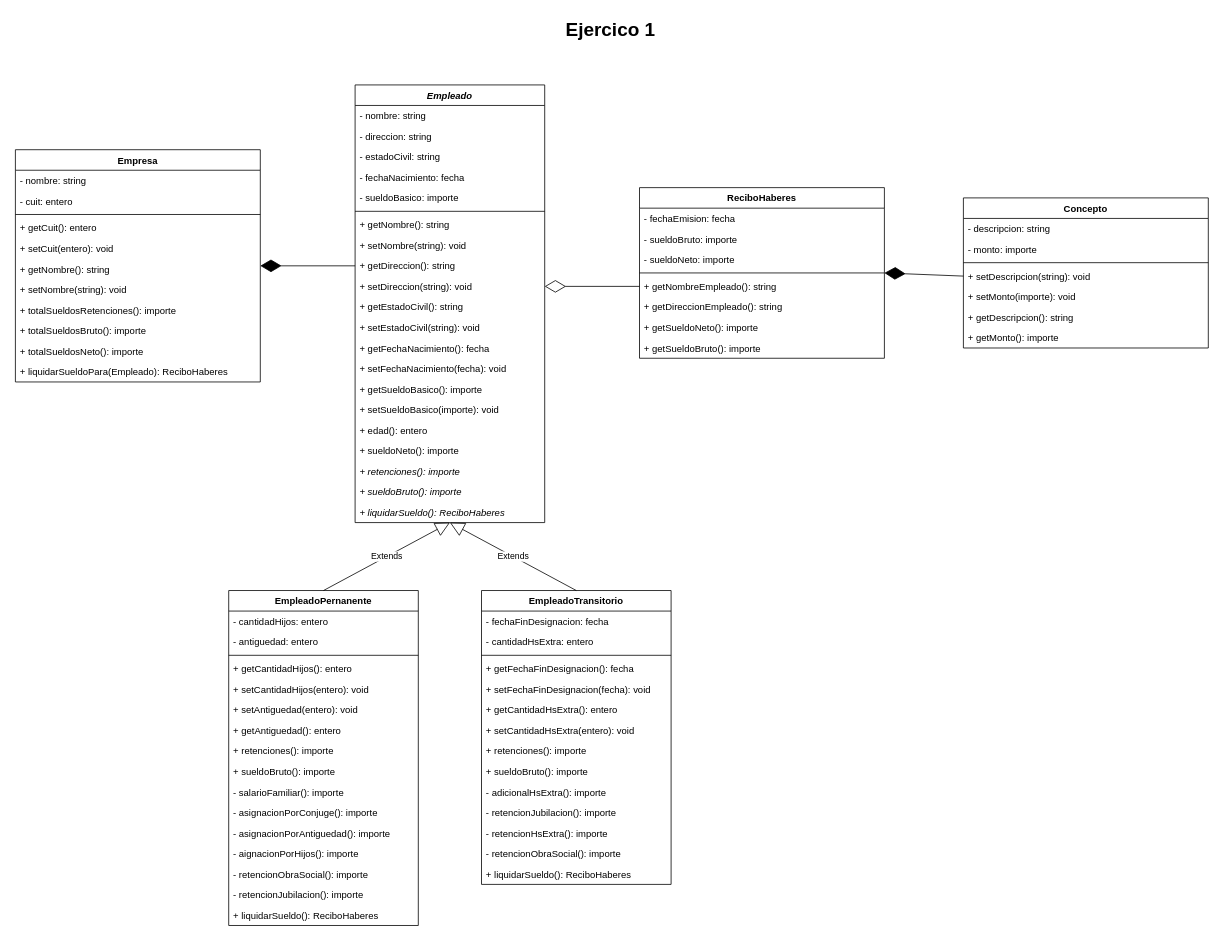
gmauge/MateriasUNQ keeps this draw.io diagram as ProgObjetos2/TP 02 UML.drawio. Above is the earlier version. Source tidied: cells renumbered, new cells numbered last; positions are measured from the earlier drawing's top-left corner, leaving out a move shared by most shapes. Both pictures are drawn from the tidied source at 79%, with x=0, y=0 at pixel (13, 13).
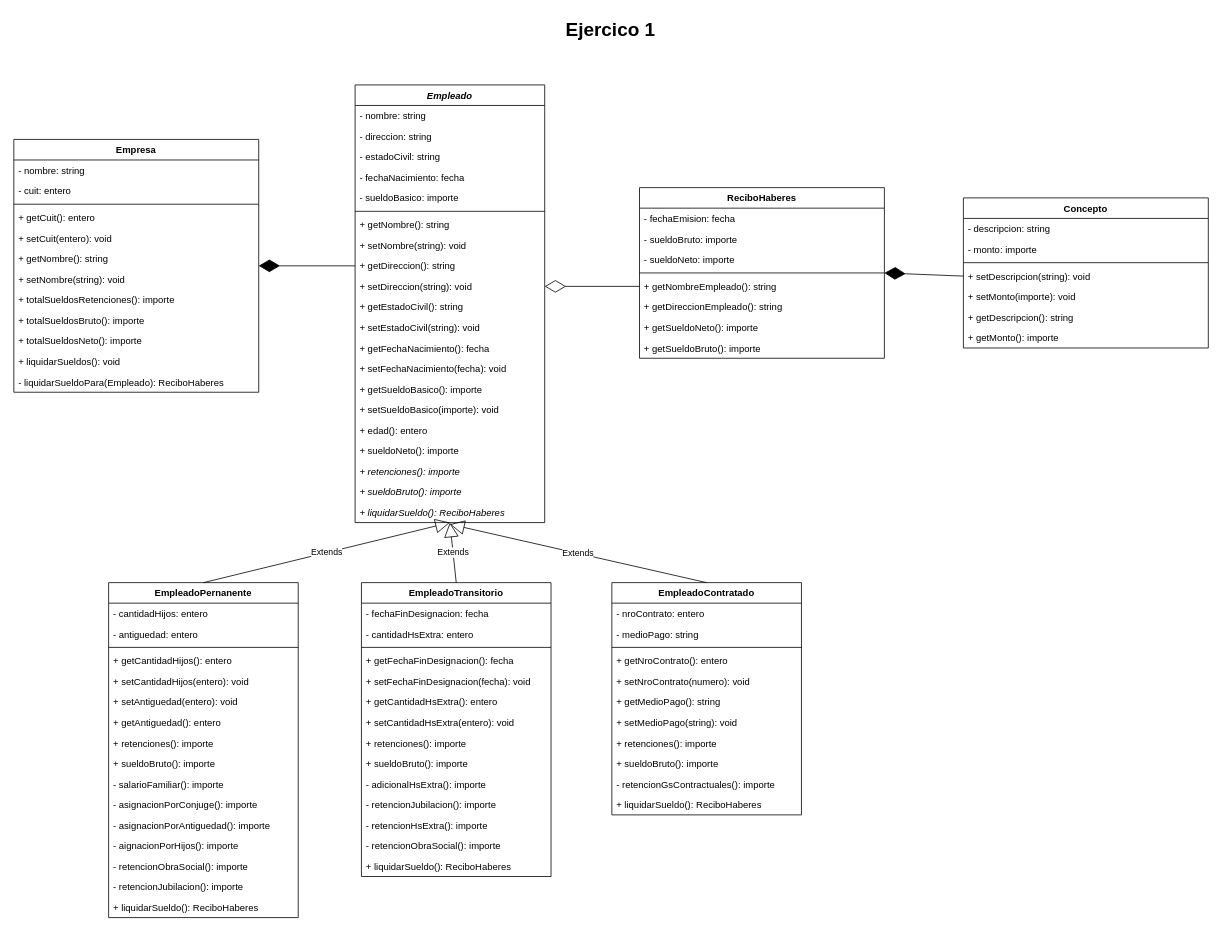
Above is the later version.

The change refers to these unchanged cells:
```xml
<mxCell id="51" value="+ liquidarSueldo(): ReciboHaberes" style="text;strokeColor=none;fillColor=none;align=left;verticalAlign=top;spacingLeft=4;spacingRight=4;overflow=hidden;points=[[0,0.5],[1,0.5]];portConstraint=eastwest;fontStyle=2;" parent="30" vertex="1">
  <mxGeometry y="528" width="240" height="26" as="geometry" />
</mxCell>
```

What changed in the source:
```diff
@@
     <mxCell id="3" value="Empresa" style="swimlane;fontStyle=1;align=center;verticalAlign=top;horizontal=1;startSize=26;" parent="1" vertex="1">
-      <mxGeometry x="2" y="172" width="310" height="294" as="geometry" />
+      <mxGeometry y="159" width="310" height="320" as="geometry" />
     </mxCell>
@@
+    <mxCell id="91" value="+ liquidarSueldos(): void" style="text;strokeColor=none;fillColor=none;align=left;verticalAlign=top;spacingLeft=4;spacingRight=4;overflow=hidden;" parent="3" vertex="1">
+      <mxGeometry y="268" width="310" height="26" as="geometry" />
+    </mxCell>
-    <mxCell id="14" value="+ liquidarSueldoPara(Empleado): ReciboHaberes" style="text;strokeColor=none;fillColor=none;align=left;verticalAlign=top;spacingLeft=4;spacingRight=4;overflow=hidden;" parent="3" vertex="1">
-      <mxGeometry y="268" width="310" height="26" as="geometry" />
+    <mxCell id="14" value="- liquidarSueldoPara(Empleado): ReciboHaberes" style="text;strokeColor=none;fillColor=none;align=left;verticalAlign=top;spacingLeft=4;spacingRight=4;overflow=hidden;" parent="3" vertex="1">
+      <mxGeometry y="294" width="310" height="26" as="geometry" />
     </mxCell>
     <mxCell id="15" value="EmpleadoTransitorio" style="swimlane;fontStyle=1;align=center;verticalAlign=top;horizontal=1;startSize=26;" parent="1" vertex="1">
-      <mxGeometry x="592" y="730" width="240" height="372" as="geometry" />
+      <mxGeometry x="440" y="720" width="240" height="372" as="geometry" />
     </mxCell>
@@
     <mxCell id="52" value="EmpleadoPernanente" style="swimlane;fontStyle=1;align=center;verticalAlign=top;horizontal=1;startSize=26;" parent="1" vertex="1">
-      <mxGeometry x="272" y="730" width="240" height="424" as="geometry" />
+      <mxGeometry x="120" y="720" width="240" height="424" as="geometry" />
     </mxCell>
@@
+    <mxCell id="92" value="EmpleadoContratado" style="swimlane;fontStyle=1;align=center;verticalAlign=top;horizontal=1;startSize=26;" parent="1" vertex="1">
+      <mxGeometry x="757" y="720" width="240" height="294" as="geometry" />
+    </mxCell>
+    <mxCell id="93" value="- nroContrato: entero" style="text;strokeColor=none;fillColor=none;align=left;verticalAlign=top;spacingLeft=4;spacingRight=4;overflow=hidden;" parent="92" vertex="1">
+      <mxGeometry y="26" width="240" height="26" as="geometry" />
+    </mxCell>
+    <mxCell id="94" value="- medioPago: string" style="text;strokeColor=none;fillColor=none;align=left;verticalAlign=top;spacingLeft=4;spacingRight=4;overflow=hidden;" parent="92" vertex="1">
+      <mxGeometry y="52" width="240" height="26" as="geometry" />
+    </mxCell>
+    <mxCell id="95" style="line;strokeWidth=1;fillColor=none;align=left;verticalAlign=middle;spacingTop=-1;spacingLeft=3;spacingRight=3;labelPosition=right;" parent="92" vertex="1">
+      <mxGeometry y="78" width="240" height="8" as="geometry" />
+    </mxCell>
+    <mxCell id="96" value="+ getNroContrato(): entero" style="text;strokeColor=none;fillColor=none;align=left;verticalAlign=top;spacingLeft=4;spacingRight=4;overflow=hidden;" parent="92" vertex="1">
+      <mxGeometry y="86" width="240" height="26" as="geometry" />
+    </mxCell>
+    <mxCell id="97" value="+ setNroContrato(numero): void" style="text;strokeColor=none;fillColor=none;align=left;verticalAlign=top;spacingLeft=4;spacingRight=4;overflow=hidden;" parent="92" vertex="1">
+      <mxGeometry y="112" width="240" height="26" as="geometry" />
+    </mxCell>
+    <mxCell id="98" value="+ getMedioPago(): string" style="text;strokeColor=none;fillColor=none;align=left;verticalAlign=top;spacingLeft=4;spacingRight=4;overflow=hidden;" parent="92" vertex="1">
+      <mxGeometry y="138" width="240" height="26" as="geometry" />
+    </mxCell>
+    <mxCell id="99" value="+ setMedioPago(string): void" style="text;strokeColor=none;fillColor=none;align=left;verticalAlign=top;spacingLeft=4;spacingRight=4;overflow=hidden;" parent="92" vertex="1">
+      <mxGeometry y="164" width="240" height="26" as="geometry" />
+    </mxCell>
+    <mxCell id="100" value="+ retenciones(): importe" style="text;strokeColor=none;fillColor=none;align=left;verticalAlign=top;spacingLeft=4;spacingRight=4;overflow=hidden;fontStyle=0;" parent="92" vertex="1">
+      <mxGeometry y="190" width="240" height="26" as="geometry" />
+    </mxCell>
+    <mxCell id="101" value="+ sueldoBruto(): importe" style="text;strokeColor=none;fillColor=none;align=left;verticalAlign=top;spacingLeft=4;spacingRight=4;overflow=hidden;fontStyle=0;" parent="92" vertex="1">
+      <mxGeometry y="216" width="240" height="26" as="geometry" />
+    </mxCell>
+    <mxCell id="102" value="- retencionGsContractuales(): importe" style="text;strokeColor=none;fillColor=none;align=left;verticalAlign=top;spacingLeft=4;spacingRight=4;overflow=hidden;fontStyle=0;" parent="92" vertex="1">
+      <mxGeometry y="242" width="240" height="26" as="geometry" />
+    </mxCell>
+    <mxCell id="103" value="+ liquidarSueldo(): ReciboHaberes" style="text;strokeColor=none;fillColor=none;align=left;verticalAlign=top;spacingLeft=4;spacingRight=4;overflow=hidden;fontStyle=0;" parent="92" vertex="1">
+      <mxGeometry y="268" width="240" height="26" as="geometry" />
+    </mxCell>
+    <mxCell id="104" value="Extends" style="endArrow=block;endSize=16;endFill=0;html=1;exitX=0.5;exitY=0;exitDx=0;exitDy=0;entryX=0.5;entryY=1.081;entryDx=0;entryDy=0;entryPerimeter=0;" parent="1" edge="1" source="92" target="51">
+      <mxGeometry relative="1" as="geometry" />
+    </mxCell>
```
